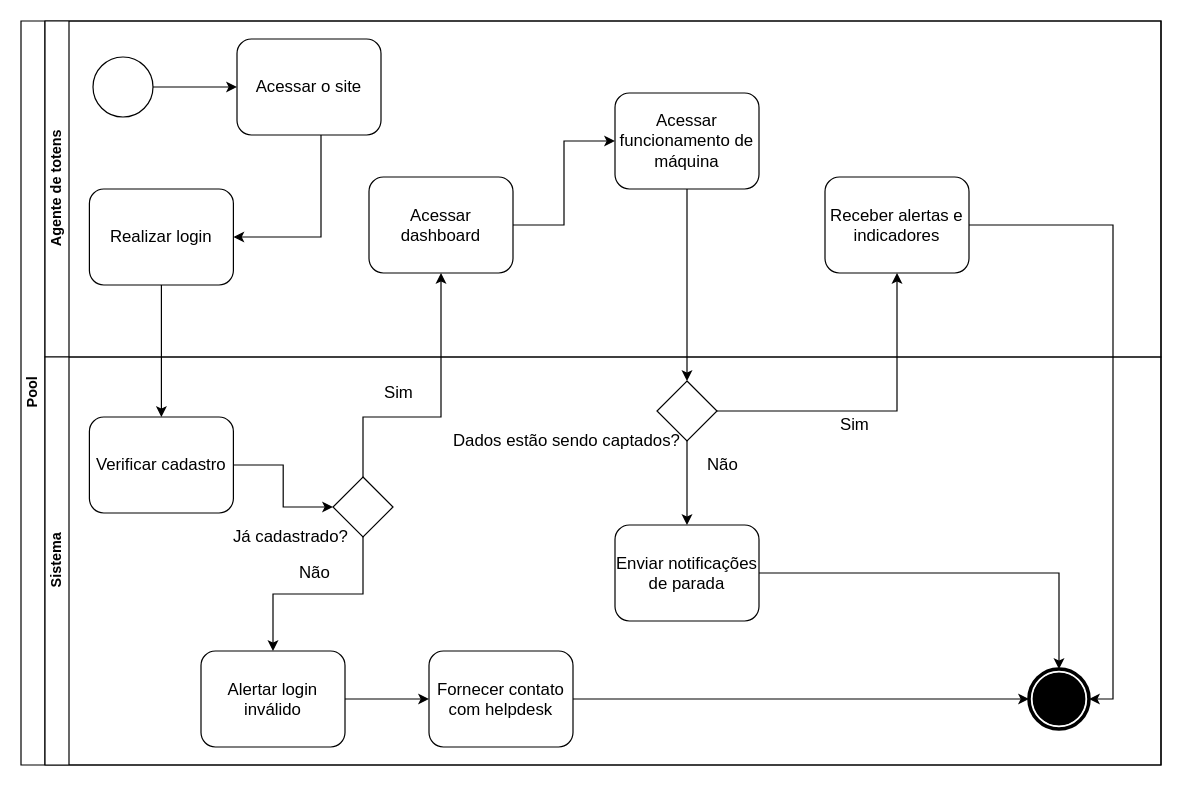
This is Documentação/arquitetura/diagrama_bpmn.drawio from jorgeleao123/Bandtec_2_Semestre_PI, a draw.io file, before an edit. Source tidied: cells renumbered, new cells numbered last; positions are measured from the earlier drawing's top-left corner, leaving out a move shared by most shapes. Both pictures are drawn from the tidied source at 120%, with x=0, y=0 at pixel (20, 20).
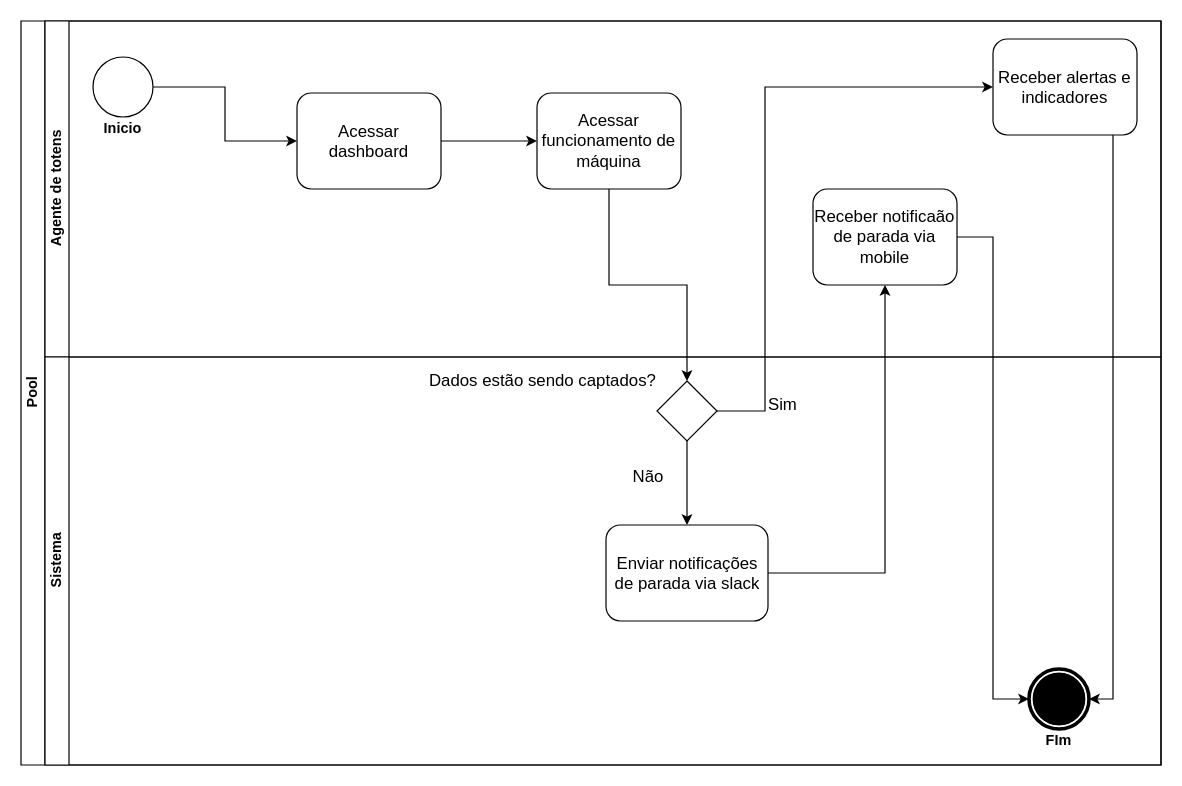
After the change.

Unchanged cells that the change refers to:
```xml
<mxCell id="2" value="Pool" style="swimlane;html=1;horizontal=0;startSize=20;" parent="1" vertex="1">
  <mxGeometry width="950" height="620" as="geometry" />
</mxCell>
<mxCell id="3" value="Agente de totens" style="swimlane;html=1;startSize=20;horizontal=0;" parent="2" vertex="1">
  <mxGeometry x="20" width="930" height="280" as="geometry" />
</mxCell>
<mxCell id="5" style="shape=mxgraph.bpmn.shape;html=1;verticalLabelPosition=bottom;labelBackgroundColor=#ffffff;verticalAlign=top;align=center;perimeter=ellipsePerimeter;outlineConnect=0;outline=standard;symbol=general;" parent="3" vertex="1">
  <mxGeometry x="40" y="30" width="50" height="50" as="geometry" />
</mxCell>
<mxCell id="18" value="Sistema" style="swimlane;html=1;startSize=20;horizontal=0;" parent="2" vertex="1">
  <mxGeometry x="20" y="280" width="930" height="340" as="geometry" />
</mxCell>
<mxCell id="19" style="shape=mxgraph.bpmn.shape;html=1;verticalLabelPosition=bottom;labelBackgroundColor=#ffffff;verticalAlign=top;align=center;perimeter=ellipsePerimeter;outlineConnect=0;outline=end;symbol=terminate;" parent="18" vertex="1">
  <mxGeometry x="820" y="260" width="50" height="50" as="geometry" />
</mxCell>
<mxCell id="30" style="rhombus;whiteSpace=wrap;html=1;" parent="18" vertex="1">
  <mxGeometry x="510" y="20" width="50" height="50" as="geometry" />
</mxCell>
```

Change to the diagram source:
```diff
@@
-    <mxCell id="4" style="edgeStyle=orthogonalEdgeStyle;rounded=0;jettySize=auto;html=1;" parent="3" edge="1" source="5" target="7">
+    <mxCell id="4" style="edgeStyle=orthogonalEdgeStyle;rounded=0;jettySize=auto;html=1;entryX=0;entryY=0.5;entryDx=0;entryDy=0;" parent="3" edge="1" source="5" target="10">
       <mxGeometry relative="1" as="geometry" />
     </mxCell>
@@
-    <mxCell id="6" style="edgeStyle=orthogonalEdgeStyle;rounded=0;jettySize=auto;html=1;" parent="3" edge="1" source="7" target="8">
-      <mxGeometry relative="1" as="geometry">
-        <Array as="points">
-          <mxPoint x="230" y="180" />
-        </Array>
-      </mxGeometry>
-    </mxCell>
-    <mxCell id="7" value="&lt;font style=&quot;font-size: 14px&quot;&gt;Acessar o site&lt;/font&gt;" style="shape=ext;rounded=1;html=1;whiteSpace=wrap;" parent="3" vertex="1">
-      <mxGeometry x="160" y="15" width="120" height="80" as="geometry" />
-    </mxCell>
-    <mxCell id="8" value="&lt;font style=&quot;font-size: 14px&quot;&gt;Realizar login&lt;/font&gt;" style="shape=ext;rounded=1;html=1;whiteSpace=wrap;" parent="3" vertex="1">
-      <mxGeometry x="37" y="140" width="120" height="80" as="geometry" />
-    </mxCell>
@@
     <mxCell id="10" value="&lt;font style=&quot;font-size: 14px&quot;&gt;Acessar dashboard&lt;/font&gt;" style="shape=ext;rounded=1;html=1;whiteSpace=wrap;" parent="3" vertex="1">
-      <mxGeometry x="270" y="130" width="120" height="80" as="geometry" />
+      <mxGeometry x="210" y="60" width="120" height="80" as="geometry" />
     </mxCell>
     <mxCell id="11" value="&lt;font style=&quot;font-size: 14px&quot;&gt;Acessar funcionamento de máquina&lt;/font&gt;" style="shape=ext;rounded=1;html=1;whiteSpace=wrap;" parent="3" vertex="1">
-      <mxGeometry x="475" y="60" width="120" height="80" as="geometry" />
+      <mxGeometry x="410" y="60" width="120" height="80" as="geometry" />
     </mxCell>
     <mxCell id="12" value="&lt;font style=&quot;font-size: 14px&quot;&gt;Receber alertas e indicadores&lt;/font&gt;" style="shape=ext;rounded=1;html=1;whiteSpace=wrap;" parent="3" vertex="1">
-      <mxGeometry x="650" y="130" width="120" height="80" as="geometry" />
+      <mxGeometry x="790" y="15" width="120" height="80" as="geometry" />
     </mxCell>
-    <mxCell id="13" style="edgeStyle=orthogonalEdgeStyle;rounded=0;jettySize=auto;html=1;entryX=0.5;entryY=0;entryDx=0;entryDy=0;" parent="2" edge="1" source="8" target="21">
-      <mxGeometry relative="1" as="geometry" />
-    </mxCell>
-    <mxCell id="14" style="edgeStyle=orthogonalEdgeStyle;rounded=0;jettySize=auto;html=1;entryX=0.5;entryY=1;entryDx=0;entryDy=0;" parent="2" edge="1" source="23" target="10">
-      <mxGeometry relative="1" as="geometry">
-        <Array as="points">
-          <mxPoint x="285" y="330" />
-          <mxPoint x="350" y="330" />
-        </Array>
-      </mxGeometry>
-    </mxCell>
+    <mxCell id="38" value="&lt;font style=&quot;font-size: 14px&quot;&gt;Receber notificaão de parada via mobile&lt;/font&gt;" style="shape=ext;rounded=1;html=1;whiteSpace=wrap;" parent="3" vertex="1">
+      <mxGeometry x="640" y="140" width="120" height="80" as="geometry" />
+    </mxCell>
+    <mxCell id="39" value="&lt;b&gt;Inicio&lt;/b&gt;" style="text;html=1;strokeColor=none;fillColor=none;align=center;verticalAlign=middle;whiteSpace=wrap;rounded=0;" parent="3" vertex="1">
+      <mxGeometry x="45" y="80" width="40" height="20" as="geometry" />
+    </mxCell>
@@
-    <mxCell id="16" style="edgeStyle=orthogonalEdgeStyle;rounded=0;jettySize=auto;html=1;entryX=0.5;entryY=1;entryDx=0;entryDy=0;" parent="2" edge="1" source="30" target="12">
-      <mxGeometry relative="1" as="geometry" />
+    <mxCell id="16" style="edgeStyle=orthogonalEdgeStyle;rounded=0;jettySize=auto;html=1;entryX=0;entryY=0.5;entryDx=0;entryDy=0;" parent="2" edge="1" source="30" target="12">
+      <mxGeometry relative="1" as="geometry">
+        <Array as="points">
+          <mxPoint x="620" y="325" />
+          <mxPoint x="620" y="55" />
+        </Array>
+      </mxGeometry>
     </mxCell>
     <mxCell id="17" style="edgeStyle=orthogonalEdgeStyle;rounded=0;jettySize=auto;html=1;" parent="2" edge="1" source="12" target="19">
       <mxGeometry relative="1" as="geometry">
         <Array as="points">
-          <mxPoint x="910" y="170" />
           <mxPoint x="910" y="565" />
         </Array>
       </mxGeometry>
     </mxCell>
@@
-    <mxCell id="20" style="edgeStyle=orthogonalEdgeStyle;rounded=0;jettySize=auto;html=1;entryX=0;entryY=0.5;entryDx=0;entryDy=0;" parent="18" edge="1" source="21" target="23">
-      <mxGeometry relative="1" as="geometry" />
-    </mxCell>
-    <mxCell id="21" value="&lt;font style=&quot;font-size: 14px&quot;&gt;Verificar cadastro&lt;/font&gt;" style="shape=ext;rounded=1;html=1;whiteSpace=wrap;" parent="18" vertex="1">
-      <mxGeometry x="37" y="50" width="120" height="80" as="geometry" />
-    </mxCell>
-    <mxCell id="22" style="edgeStyle=orthogonalEdgeStyle;rounded=0;jettySize=auto;html=1;entryX=0.5;entryY=0;entryDx=0;entryDy=0;" parent="18" edge="1" source="23" target="27">
-      <mxGeometry relative="1" as="geometry" />
-    </mxCell>
-    <mxCell id="23" style="rhombus;whiteSpace=wrap;html=1;" parent="18" vertex="1">
-      <mxGeometry x="240" y="100" width="50" height="50" as="geometry" />
-    </mxCell>
-    <mxCell id="24" value="&lt;font style=&quot;font-size: 14px&quot;&gt;Já cadastrado?&lt;/font&gt;" style="text;html=1;strokeColor=none;fillColor=none;align=center;verticalAlign=middle;whiteSpace=wrap;rounded=0;" parent="18" vertex="1">
-      <mxGeometry x="120" y="140" width="170" height="20" as="geometry" />
-    </mxCell>
-    <mxCell id="25" value="&lt;font style=&quot;font-size: 14px&quot;&gt;Sim&lt;/font&gt;" style="text;html=1;strokeColor=none;fillColor=none;align=center;verticalAlign=middle;whiteSpace=wrap;rounded=0;" parent="18" vertex="1">
-      <mxGeometry x="260" y="20" width="70" height="20" as="geometry" />
-    </mxCell>
-    <mxCell id="26" style="edgeStyle=orthogonalEdgeStyle;rounded=0;jettySize=auto;html=1;entryX=0;entryY=0.5;entryDx=0;entryDy=0;" parent="18" edge="1" source="27" target="37">
-      <mxGeometry relative="1" as="geometry" />
-    </mxCell>
-    <mxCell id="27" value="&lt;font style=&quot;font-size: 14px&quot;&gt;Alertar login inválido&lt;/font&gt;" style="shape=ext;rounded=1;html=1;whiteSpace=wrap;" parent="18" vertex="1">
-      <mxGeometry x="130" y="245" width="120" height="80" as="geometry" />
-    </mxCell>
-    <mxCell id="28" value="&lt;font style=&quot;font-size: 14px&quot;&gt;Não&lt;/font&gt;" style="text;html=1;strokeColor=none;fillColor=none;align=center;verticalAlign=middle;whiteSpace=wrap;rounded=0;" parent="18" vertex="1">
-      <mxGeometry x="190" y="170" width="70" height="20" as="geometry" />
-    </mxCell>
@@
     <mxCell id="31" value="&lt;span style=&quot;font-size: 14px&quot;&gt;Dados estão sendo captados?&lt;/span&gt;" style="text;html=1;strokeColor=none;fillColor=none;align=center;verticalAlign=middle;whiteSpace=wrap;rounded=0;" parent="18" vertex="1">
-      <mxGeometry x="330" y="60" width="210" height="20" as="geometry" />
+      <mxGeometry x="310" y="10" width="210" height="20" as="geometry" />
     </mxCell>
     <mxCell id="32" value="&lt;font style=&quot;font-size: 14px&quot;&gt;Sim&lt;/font&gt;" style="text;html=1;strokeColor=none;fillColor=none;align=center;verticalAlign=middle;whiteSpace=wrap;rounded=0;" parent="18" vertex="1">
-      <mxGeometry x="640" y="46" width="70" height="20" as="geometry" />
+      <mxGeometry x="580" y="30" width="70" height="20" as="geometry" />
     </mxCell>
-    <mxCell id="33" style="edgeStyle=orthogonalEdgeStyle;rounded=0;jettySize=auto;html=1;" parent="18" edge="1" source="34" target="19">
-      <mxGeometry relative="1" as="geometry" />
-    </mxCell>
-    <mxCell id="34" value="&lt;font style=&quot;font-size: 14px&quot;&gt;Enviar notificações de parada&lt;/font&gt;" style="shape=ext;rounded=1;html=1;whiteSpace=wrap;" parent="18" vertex="1">
-      <mxGeometry x="475" y="140" width="120" height="80" as="geometry" />
+    <mxCell id="34" value="&lt;font style=&quot;font-size: 14px&quot;&gt;Enviar notificações de parada via slack&lt;/font&gt;" style="shape=ext;rounded=1;html=1;whiteSpace=wrap;" parent="18" vertex="1">
+      <mxGeometry x="467.5" y="140" width="135" height="80" as="geometry" />
     </mxCell>
     <mxCell id="35" value="&lt;font style=&quot;font-size: 14px&quot;&gt;Não&lt;/font&gt;" style="text;html=1;strokeColor=none;fillColor=none;align=center;verticalAlign=middle;whiteSpace=wrap;rounded=0;" parent="18" vertex="1">
-      <mxGeometry x="530" y="80" width="70" height="20" as="geometry" />
+      <mxGeometry x="467.5" y="90" width="70" height="20" as="geometry" />
     </mxCell>
-    <mxCell id="36" style="edgeStyle=orthogonalEdgeStyle;rounded=0;jettySize=auto;html=1;entryX=0;entryY=0.5;entryDx=0;entryDy=0;" parent="18" edge="1" source="37" target="19">
-      <mxGeometry relative="1" as="geometry" />
-    </mxCell>
-    <mxCell id="37" value="&lt;font style=&quot;font-size: 14px&quot;&gt;Fornecer contato com helpdesk&lt;/font&gt;" style="shape=ext;rounded=1;html=1;whiteSpace=wrap;" parent="18" vertex="1">
-      <mxGeometry x="320" y="245" width="120" height="80" as="geometry" />
-    </mxCell>
+    <mxCell id="40" value="&lt;b&gt;FIm&lt;/b&gt;" style="text;html=1;strokeColor=none;fillColor=none;align=center;verticalAlign=middle;whiteSpace=wrap;rounded=0;" parent="18" vertex="1">
+      <mxGeometry x="825" y="310" width="40" height="20" as="geometry" />
+    </mxCell>
+    <mxCell id="41" style="edgeStyle=orthogonalEdgeStyle;rounded=0;jettySize=auto;html=1;entryX=0.5;entryY=1;entryDx=0;entryDy=0;" parent="2" edge="1" source="34" target="38">
+      <mxGeometry relative="1" as="geometry" />
+    </mxCell>
+    <mxCell id="42" style="edgeStyle=orthogonalEdgeStyle;rounded=0;jettySize=auto;html=1;entryX=0;entryY=0.5;entryDx=0;entryDy=0;" parent="2" edge="1" source="38" target="19">
+      <mxGeometry relative="1" as="geometry" />
+    </mxCell>
```
